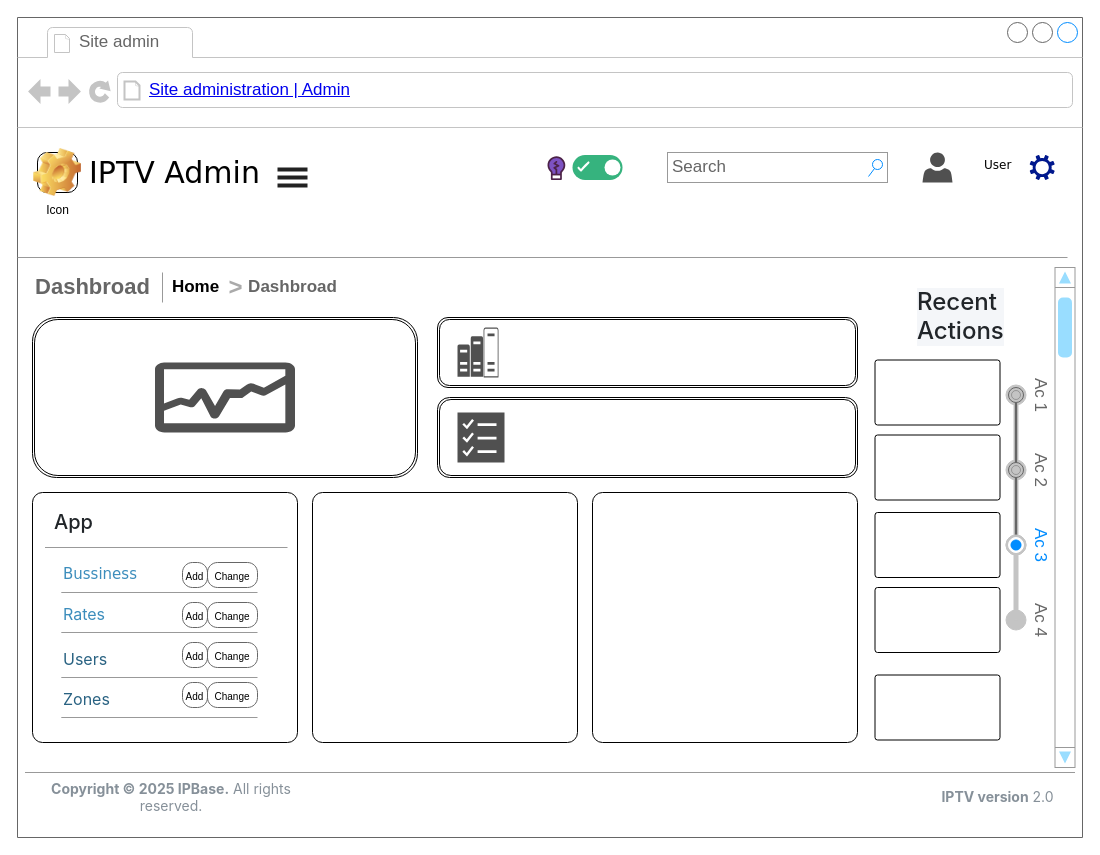
The draw.io diagram CMS_cải_tiến.drawio in AnPhamSF/CMSIPTV_Idea, before the edit. Source tidied: cells renumbered, new cells numbered last; positions are measured from the earlier drawing's top-left corner, leaving out a move shared by most shapes. Both pictures are drawn from the tidied source at 100%, with x=0, y=0 at pixel (17, 17).
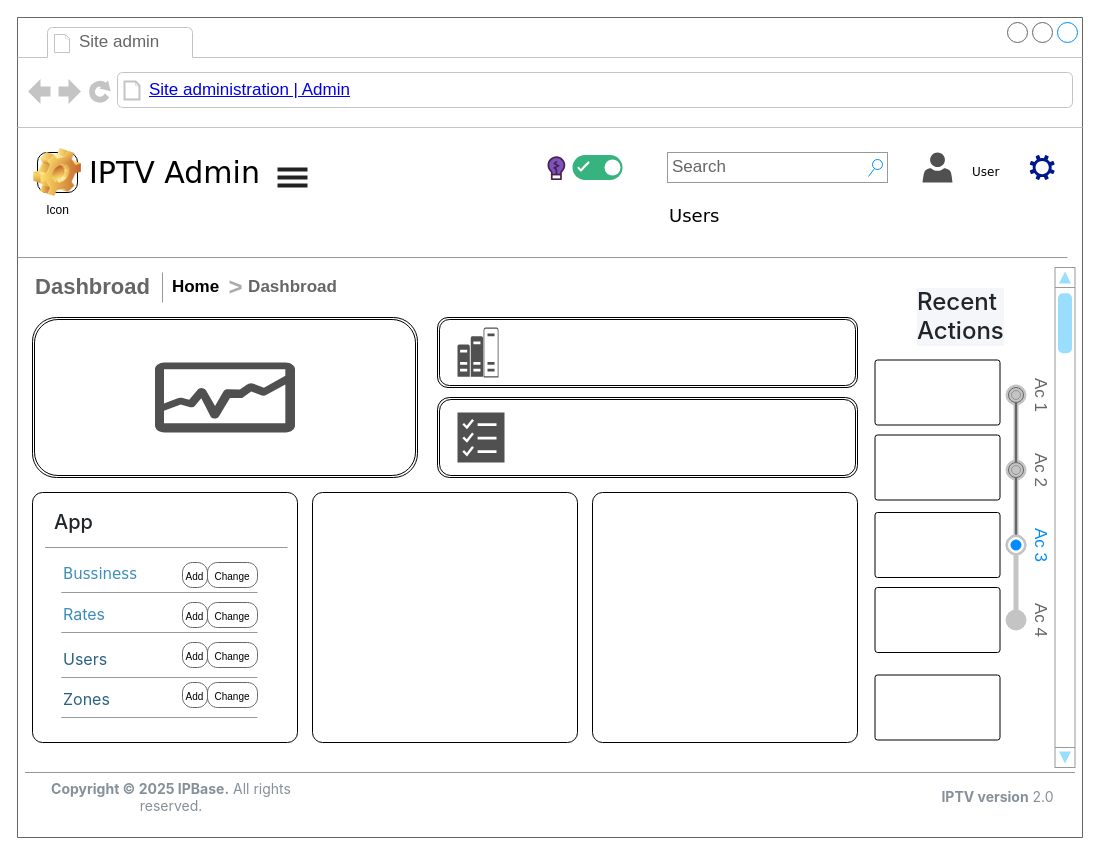
The same page after the edit.

Commit message (it also covers changes not shown here):
Cập nhật CMS_cải_tiến.drawio

The change refers to these unchanged cells:
```xml
<mxCell id="2" style="strokeWidth=1;shadow=0;dashed=0;align=center;html=1;shape=mxgraph.mockup.containers.browserWindow;rSize=0;strokeColor=#666666;mainText=,;rounded=0;labelBackgroundColor=none;fontFamily=Verdana;fontSize=12;" parent="1" vertex="1">
  <mxGeometry width="1065" height="820" as="geometry" />
</mxCell>
```

The edit, as a diff of the source:
```diff
@@
     <mxCell id="15" value="User" style="text;html=1;align=left;verticalAlign=top;spacingTop=-4;fontSize=12;fontFamily=Verdana;whiteSpace=wrap;" parent="2" vertex="1">
-      <mxGeometry x="965" y="137.5" width="30" height="20" as="geometry" />
+      <mxGeometry x="952.5" y="145" width="30" height="20" as="geometry" />
     </mxCell>
@@
-    <mxCell id="48" style="verticalLabelPosition=bottom;shadow=0;dashed=0;align=center;html=1;verticalAlign=top;strokeWidth=1;shape=mxgraph.mockup.navigation.scrollBar;strokeColor=#999999;barPos=97.5;fillColor2=#99ddff;strokeColor2=none;direction=north;" parent="2" vertex="1">
+    <mxCell id="48" style="verticalLabelPosition=bottom;shadow=0;dashed=0;align=center;html=1;verticalAlign=top;strokeWidth=1;shape=mxgraph.mockup.navigation.scrollBar;strokeColor=#999999;barPos=98.563;fillColor2=#99ddff;strokeColor2=none;direction=north;" parent="2" vertex="1">
       <mxGeometry x="1037.5" y="250" width="20" height="500" as="geometry" />
     </mxCell>
@@
+    <mxCell id="60" value="Users" style="text;html=1;align=left;verticalAlign=top;spacingTop=-4;fontSize=18;fontFamily=Verdana;whiteSpace=wrap;" parent="2" vertex="1">
+      <mxGeometry x="650" y="185" width="30" height="20" as="geometry" />
+    </mxCell>
```
